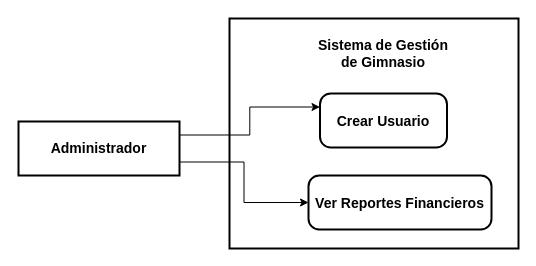
Above: CASO1.drawio in RogerNegrete/sistemas-distribuidos (draw.io), before the change. Source tidied: cells renumbered, new cells numbered last; positions are measured from the earlier drawing's top-left corner, leaving out a move shared by most shapes. Both pictures are drawn from the tidied source at 100%, with x=0, y=0 at pixel (18, 18).
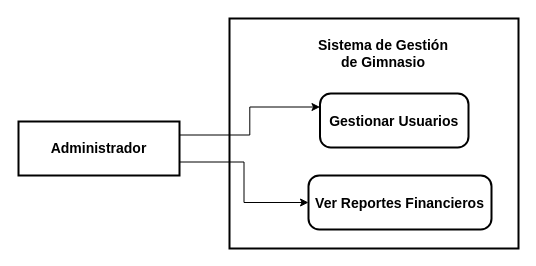
The same page after the edit.

Change to the diagram source:
```diff
@@
 <mxGraphModel>
   <root>
     <mxCell id="0" />
     <mxCell id="1" parent="0" />
     <mxCell id="2" style="whiteSpace=wrap;strokeWidth=2;" parent="1" vertex="1">
       <mxGeometry x="211" width="289" height="230" as="geometry" />
     </mxCell>
     <mxCell id="3" style="edgeStyle=orthogonalEdgeStyle;rounded=0;jettySize=auto;html=1;exitX=1;exitY=0.75;exitDx=0;exitDy=0;entryX=0;entryY=0.5;entryDx=0;entryDy=0;" parent="1" edge="1" source="5" target="8">
       <mxGeometry relative="1" as="geometry" />
     </mxCell>
     <mxCell id="4" style="edgeStyle=orthogonalEdgeStyle;rounded=0;jettySize=auto;html=1;exitX=1;exitY=0.25;exitDx=0;exitDy=0;entryX=0;entryY=0.25;entryDx=0;entryDy=0;" parent="1" edge="1" source="5" target="6">
       <mxGeometry relative="1" as="geometry" />
     </mxCell>
     <mxCell id="5" value="Administrador" style="whiteSpace=wrap;strokeWidth=2;fontSize=14;fontStyle=1;" parent="1" vertex="1">
       <mxGeometry y="103" width="161" height="54" as="geometry" />
     </mxCell>
-    <mxCell id="6" value="Crear Usuario" style="rounded=1;arcSize=20;strokeWidth=2;fontSize=14;fontStyle=1;" parent="1" vertex="1">
-      <mxGeometry x="301.5" y="75" width="127" height="54" as="geometry" />
+    <mxCell id="6" value="Gestionar Usuarios" style="rounded=1;arcSize=20;strokeWidth=2;fontSize=14;fontStyle=1;" parent="1" vertex="1">
+      <mxGeometry x="301.5" y="75" width="148.5" height="54" as="geometry" />
     </mxCell>
     <mxCell id="7" value="&lt;font style=&quot;font-size: 14px;&quot;&gt;&lt;b&gt;Sistema de Gestión de Gimnasio&lt;/b&gt;&lt;/font&gt;" style="text;html=1;align=center;verticalAlign=middle;whiteSpace=wrap;rounded=0;" parent="1" vertex="1">
       <mxGeometry x="290" y="10" width="150" height="50" as="geometry" />
     </mxCell>
     <mxCell id="8" value="Ver Reportes Financieros" style="rounded=1;arcSize=20;strokeWidth=2;fontSize=14;fontStyle=1;" parent="1" vertex="1">
       <mxGeometry x="290" y="157" width="183" height="54" as="geometry" />
     </mxCell>
   </root>
 </mxGraphModel>
```
